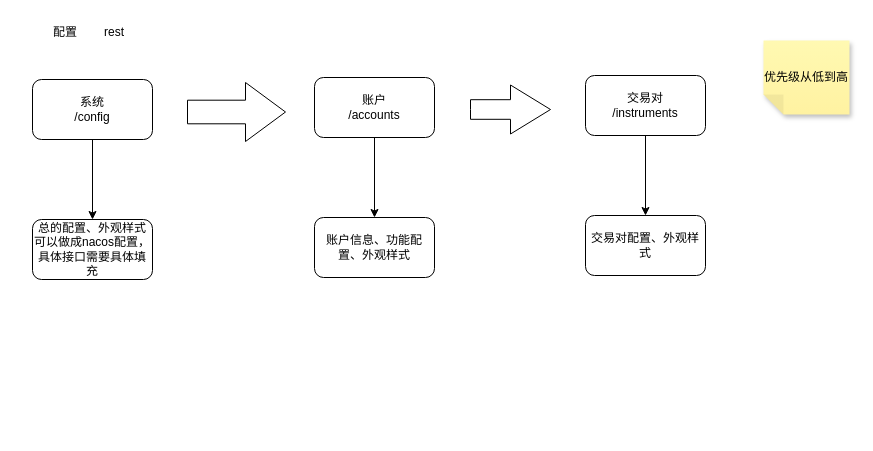
Before: tradeview-api对接.drawio in xu-xiwei/drawio, a draw.io diagram. Source tidied: cells renumbered, new cells numbered last; positions are measured from the earlier drawing's top-left corner, leaving out a move shared by most shapes. Both pictures are drawn from the tidied source at 100%, with x=0, y=0 at pixel (32, 17).
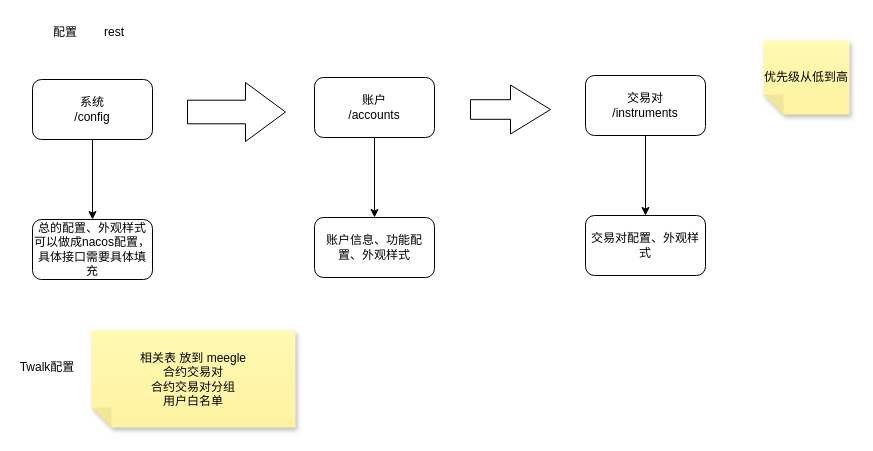
The same page after the edit.

The edit, as a diff of the source:
```diff
@@
 <mxGraphModel>
   <root>
     <mxCell id="0" />
     <mxCell id="1" parent="0" />
     <mxCell id="2" style="edgeStyle=orthogonalEdgeStyle;rounded=0;jettySize=auto;html=1;" parent="1" edge="1" source="3" target="12">
       <mxGeometry relative="1" as="geometry" />
     </mxCell>
     <mxCell id="3" value="系统&lt;div&gt;&lt;div&gt;&lt;div class=&quot;old-record-id-Fi5vdvNb2orbBrxUuSwl3n5SgEe&quot;&gt;/config&lt;/div&gt;&lt;/div&gt;&lt;span data-lark-record-data=&quot;{&amp;quot;rootId&amp;quot;:&amp;quot;HWy2dc2jEo1F2gxnkmWl2DVagqb&amp;quot;,&amp;quot;text&amp;quot;:{&amp;quot;initialAttributedTexts&amp;quot;:{&amp;quot;text&amp;quot;:{&amp;quot;0&amp;quot;:&amp;quot;/config&amp;quot;},&amp;quot;attribs&amp;quot;:{&amp;quot;0&amp;quot;:&amp;quot;*0+7&amp;quot;}},&amp;quot;apool&amp;quot;:{&amp;quot;numToAttrib&amp;quot;:{&amp;quot;0&amp;quot;:[&amp;quot;author&amp;quot;,&amp;quot;7225203799122526213&amp;quot;]},&amp;quot;nextNum&amp;quot;:1}},&amp;quot;type&amp;quot;:&amp;quot;text&amp;quot;,&amp;quot;referenceRecordMap&amp;quot;:{},&amp;quot;extra&amp;quot;:{&amp;quot;channel&amp;quot;:&amp;quot;saas&amp;quot;,&amp;quot;isEqualBlockSelection&amp;quot;:false,&amp;quot;pasteRandomId&amp;quot;:&amp;quot;73e77dcd-9fef-4012-a727-277d5fe4860f&amp;quot;,&amp;quot;mention_page_title&amp;quot;:{},&amp;quot;external_mention_url&amp;quot;:{}},&amp;quot;isKeepQuoteContainer&amp;quot;:false,&amp;quot;isFromCode&amp;quot;:false,&amp;quot;selection&amp;quot;:[{&amp;quot;id&amp;quot;:273,&amp;quot;type&amp;quot;:&amp;quot;text&amp;quot;,&amp;quot;selection&amp;quot;:{&amp;quot;start&amp;quot;:26,&amp;quot;end&amp;quot;:33},&amp;quot;recordId&amp;quot;:&amp;quot;Fi5vdvNb2orbBrxUuSwl3n5SgEe&amp;quot;}],&amp;quot;payloadMap&amp;quot;:{},&amp;quot;isCut&amp;quot;:false}&quot; class=&quot;lark-record-clipboard&quot;&gt;&lt;/span&gt;&lt;/div&gt;" style="rounded=1;whiteSpace=wrap;html=1;" parent="1" vertex="1">
       <mxGeometry y="62" width="120" height="60" as="geometry" />
     </mxCell>
     <mxCell id="4" value="配置" style="text;html=1;whiteSpace=wrap;strokeColor=none;fillColor=none;align=center;verticalAlign=middle;rounded=0;" parent="1" vertex="1">
       <mxGeometry x="3" width="60" height="30" as="geometry" />
     </mxCell>
     <mxCell id="5" style="edgeStyle=orthogonalEdgeStyle;rounded=0;jettySize=auto;html=1;" parent="1" edge="1" source="6" target="13">
       <mxGeometry relative="1" as="geometry" />
     </mxCell>
     <mxCell id="6" value="账户&lt;div&gt;&lt;div&gt;&lt;div class=&quot;old-record-id-AGRMdVVrToWOECxrN0Uls7ZQgYc&quot;&gt;/accounts&lt;/div&gt;&lt;/div&gt;&lt;span data-lark-record-data=&quot;{&amp;quot;rootId&amp;quot;:&amp;quot;HWy2dc2jEo1F2gxnkmWl2DVagqb&amp;quot;,&amp;quot;text&amp;quot;:{&amp;quot;initialAttributedTexts&amp;quot;:{&amp;quot;text&amp;quot;:{&amp;quot;0&amp;quot;:&amp;quot;/accounts&amp;quot;},&amp;quot;attribs&amp;quot;:{&amp;quot;0&amp;quot;:&amp;quot;*0+9&amp;quot;}},&amp;quot;apool&amp;quot;:{&amp;quot;numToAttrib&amp;quot;:{&amp;quot;0&amp;quot;:[&amp;quot;author&amp;quot;,&amp;quot;7225203799122526213&amp;quot;]},&amp;quot;nextNum&amp;quot;:1}},&amp;quot;type&amp;quot;:&amp;quot;text&amp;quot;,&amp;quot;referenceRecordMap&amp;quot;:{},&amp;quot;extra&amp;quot;:{&amp;quot;channel&amp;quot;:&amp;quot;saas&amp;quot;,&amp;quot;isEqualBlockSelection&amp;quot;:false,&amp;quot;pasteRandomId&amp;quot;:&amp;quot;df2687ff-a067-409b-afcd-f8b4de387be6&amp;quot;,&amp;quot;mention_page_title&amp;quot;:{},&amp;quot;external_mention_url&amp;quot;:{}},&amp;quot;isKeepQuoteContainer&amp;quot;:false,&amp;quot;isFromCode&amp;quot;:false,&amp;quot;selection&amp;quot;:[{&amp;quot;id&amp;quot;:274,&amp;quot;type&amp;quot;:&amp;quot;text&amp;quot;,&amp;quot;selection&amp;quot;:{&amp;quot;start&amp;quot;:26,&amp;quot;end&amp;quot;:35},&amp;quot;recordId&amp;quot;:&amp;quot;AGRMdVVrToWOECxrN0Uls7ZQgYc&amp;quot;}],&amp;quot;payloadMap&amp;quot;:{},&amp;quot;isCut&amp;quot;:false}&quot; class=&quot;lark-record-clipboard&quot;&gt;&lt;/span&gt;&lt;/div&gt;" style="rounded=1;whiteSpace=wrap;html=1;" parent="1" vertex="1">
       <mxGeometry x="282" y="60" width="120" height="60" as="geometry" />
     </mxCell>
     <mxCell id="7" style="edgeStyle=orthogonalEdgeStyle;rounded=0;jettySize=auto;html=1;" parent="1" edge="1" source="8" target="14">
       <mxGeometry relative="1" as="geometry" />
     </mxCell>
     <mxCell id="8" value="交易对&lt;div&gt;&lt;div&gt;&lt;div class=&quot;old-record-id-K7vZdRTXHo9QuRxwiZyl4Pykgkh&quot;&gt;/instruments&lt;/div&gt;&lt;/div&gt;&lt;span data-lark-record-data=&quot;{&amp;quot;rootId&amp;quot;:&amp;quot;HWy2dc2jEo1F2gxnkmWl2DVagqb&amp;quot;,&amp;quot;text&amp;quot;:{&amp;quot;initialAttributedTexts&amp;quot;:{&amp;quot;text&amp;quot;:{&amp;quot;0&amp;quot;:&amp;quot;/instruments&amp;quot;},&amp;quot;attribs&amp;quot;:{&amp;quot;0&amp;quot;:&amp;quot;*0+c&amp;quot;}},&amp;quot;apool&amp;quot;:{&amp;quot;numToAttrib&amp;quot;:{&amp;quot;0&amp;quot;:[&amp;quot;author&amp;quot;,&amp;quot;7225203799122526213&amp;quot;]},&amp;quot;nextNum&amp;quot;:1}},&amp;quot;type&amp;quot;:&amp;quot;text&amp;quot;,&amp;quot;referenceRecordMap&amp;quot;:{},&amp;quot;extra&amp;quot;:{&amp;quot;channel&amp;quot;:&amp;quot;saas&amp;quot;,&amp;quot;isEqualBlockSelection&amp;quot;:false,&amp;quot;pasteRandomId&amp;quot;:&amp;quot;809afa9b-f651-4686-867e-643668a83aca&amp;quot;,&amp;quot;mention_page_title&amp;quot;:{},&amp;quot;external_mention_url&amp;quot;:{}},&amp;quot;isKeepQuoteContainer&amp;quot;:false,&amp;quot;isFromCode&amp;quot;:false,&amp;quot;selection&amp;quot;:[{&amp;quot;id&amp;quot;:275,&amp;quot;type&amp;quot;:&amp;quot;text&amp;quot;,&amp;quot;selection&amp;quot;:{&amp;quot;start&amp;quot;:25,&amp;quot;end&amp;quot;:37},&amp;quot;recordId&amp;quot;:&amp;quot;K7vZdRTXHo9QuRxwiZyl4Pykgkh&amp;quot;}],&amp;quot;payloadMap&amp;quot;:{},&amp;quot;isCut&amp;quot;:false}&quot; class=&quot;lark-record-clipboard&quot;&gt;&lt;/span&gt;&lt;/div&gt;" style="rounded=1;whiteSpace=wrap;html=1;" parent="1" vertex="1">
       <mxGeometry x="553" y="58" width="120" height="60" as="geometry" />
     </mxCell>
     <mxCell id="9" style="html=1;shadow=0;dashed=0;align=center;verticalAlign=middle;shape=mxgraph.arrows2.arrow;dy=0.6;dx=40;notch=0;" parent="1" vertex="1">
       <mxGeometry x="155" y="65" width="98" height="59" as="geometry" />
     </mxCell>
     <mxCell id="10" style="html=1;shadow=0;dashed=0;align=center;verticalAlign=middle;shape=mxgraph.arrows2.arrow;dy=0.6;dx=40;notch=0;" parent="1" vertex="1">
       <mxGeometry x="438" y="67.5" width="80" height="49" as="geometry" />
     </mxCell>
     <mxCell id="11" value="优先级从低到高" style="shape=note;whiteSpace=wrap;html=1;backgroundOutline=1;fontColor=#000000;darkOpacity=0.05;fillColor=#FFF9B2;strokeColor=none;fillStyle=solid;direction=west;gradientDirection=north;gradientColor=#FFF2A1;shadow=1;size=20;" parent="1" vertex="1">
       <mxGeometry x="731" y="23" width="86" height="74" as="geometry" />
     </mxCell>
     <mxCell id="12" value="总的配置、外观样式&lt;br&gt;可以做成nacos配置，具体接口需要具体填充" style="whiteSpace=wrap;html=1;rounded=1;" parent="1" vertex="1">
       <mxGeometry y="202" width="120" height="60" as="geometry" />
     </mxCell>
     <mxCell id="13" value="账户信息、功能配置、外观样式" style="whiteSpace=wrap;html=1;rounded=1;" parent="1" vertex="1">
       <mxGeometry x="282" y="200" width="120" height="60" as="geometry" />
     </mxCell>
     <mxCell id="14" value="交易对配置、外观样式" style="whiteSpace=wrap;html=1;rounded=1;" parent="1" vertex="1">
       <mxGeometry x="553" y="198" width="120" height="60" as="geometry" />
     </mxCell>
     <mxCell id="15" value="rest" style="text;html=1;whiteSpace=wrap;strokeColor=none;fillColor=none;align=center;verticalAlign=middle;rounded=0;" parent="1" vertex="1">
       <mxGeometry x="52" width="60" height="30" as="geometry" />
     </mxCell>
+    <mxCell id="16" value="Twalk配置" style="text;html=1;whiteSpace=wrap;strokeColor=none;fillColor=none;align=center;verticalAlign=middle;rounded=0;" parent="1" vertex="1">
+      <mxGeometry x="-15" y="335" width="60" height="30" as="geometry" />
+    </mxCell>
+    <mxCell id="17" value="&lt;div&gt;相关表 放到 meegle&lt;/div&gt;合约交易对&lt;div&gt;合约交易对分组&lt;/div&gt;&lt;div&gt;用户白名单&lt;/div&gt;" style="shape=note;whiteSpace=wrap;html=1;backgroundOutline=1;fontColor=#000000;darkOpacity=0.05;fillColor=#FFF9B2;strokeColor=none;fillStyle=solid;direction=west;gradientDirection=north;gradientColor=#FFF2A1;shadow=1;size=20;" parent="1" vertex="1">
+      <mxGeometry x="59" y="313" width="204" height="97" as="geometry" />
+    </mxCell>
   </root>
 </mxGraphModel>
```
